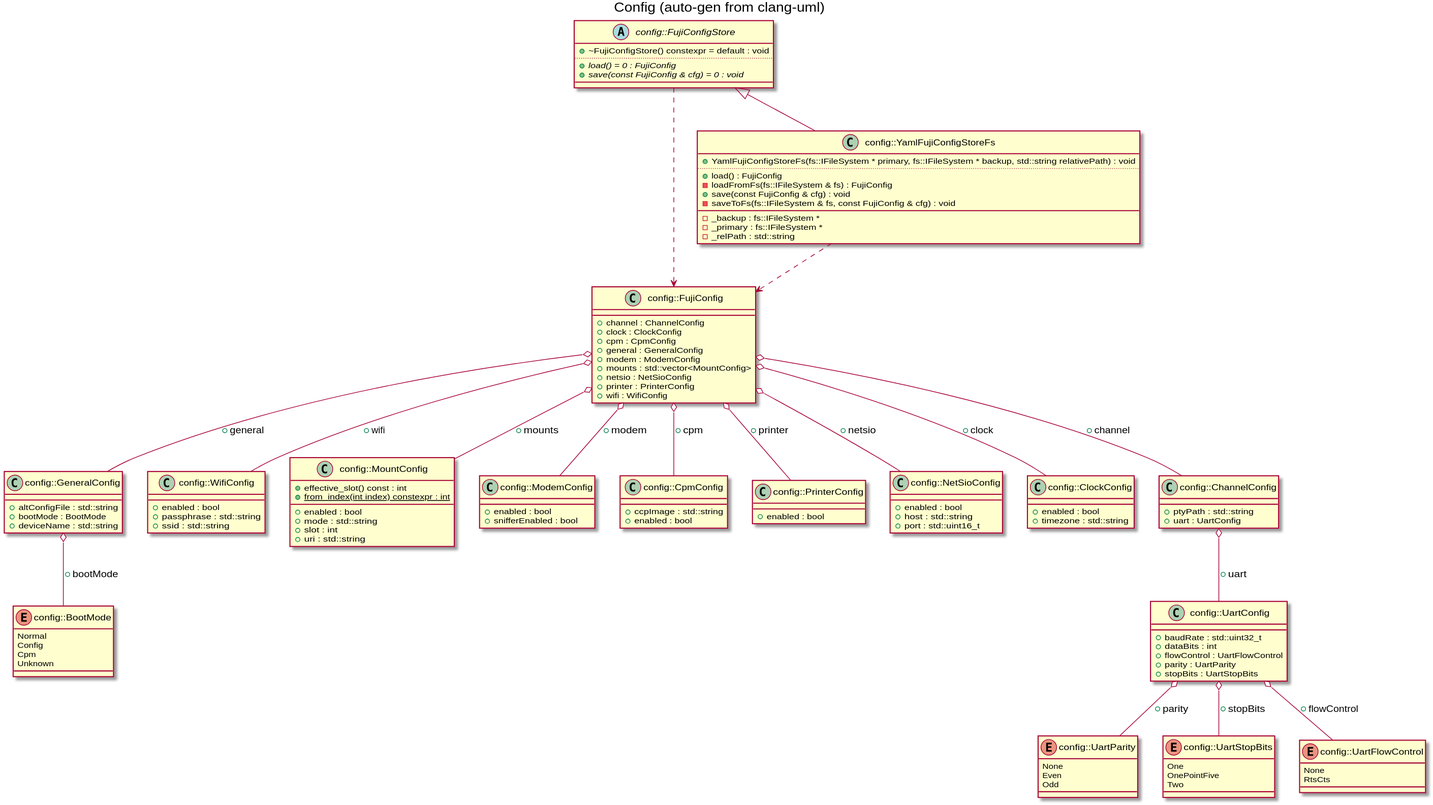
jeffpiep/fujinet-nio keeps this PlantUML diagram as docs/images/gen_config.svg. Above is the earlier version.
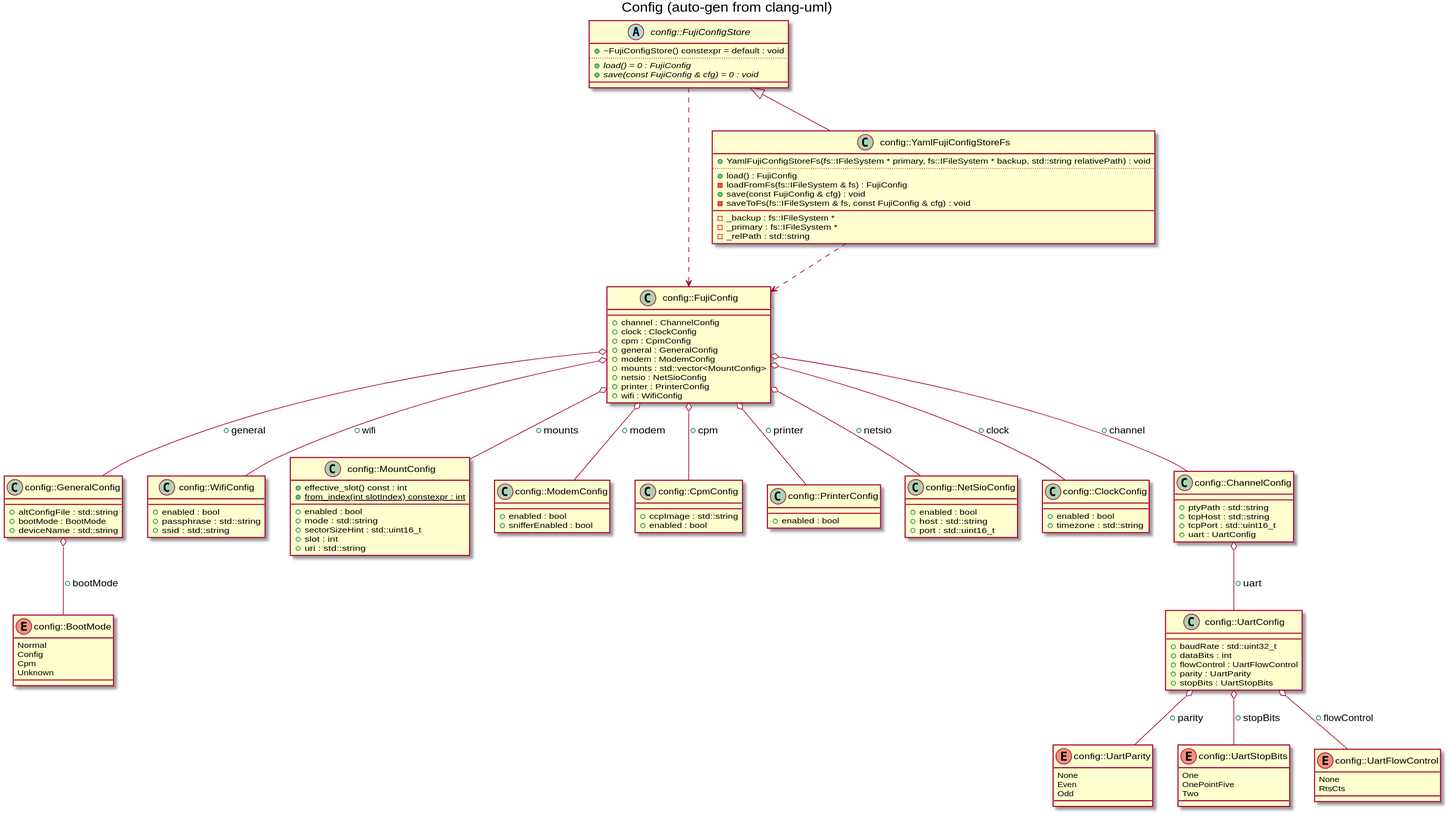
The same file after the commit.

The edit, as a diff of the source:
```diff
@@ -24,10 +24,11 @@
 class "config::MountConfig" as C_0013943630642961179492
 class C_0013943630642961179492 {
 +effective_slot() const : int
-{static} +from_index(int index) constexpr : int
+{static} +from_index(int slotIndex) constexpr : int
 __
 +enabled : bool
 +mode : std::string
++sectorSizeHint : std::uint16_t
 +slot : int
 +uri : std::string
 }
@@ -91,6 +92,8 @@
 class C_0014601375190208620155 {
 __
 +ptyPath : std::string
++tcpHost : std::string
++tcpPort : std::uint16_t
 +uart : UartConfig
 }
 class "config::FujiConfig" as C_0013064010099190715901
```
